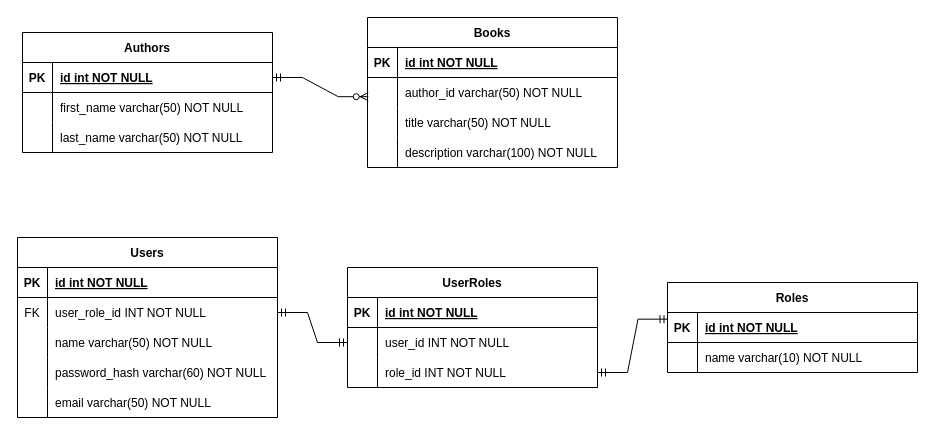
This is docs/books-api-er.drawio from prLorence/books-api, a draw.io file, before an edit. Source tidied: cells renumbered, new cells numbered last; positions are measured from the earlier drawing's top-left corner, leaving out a move shared by most shapes. Both pictures are drawn from the tidied source at 100%, with x=0, y=0 at pixel (17, 17).
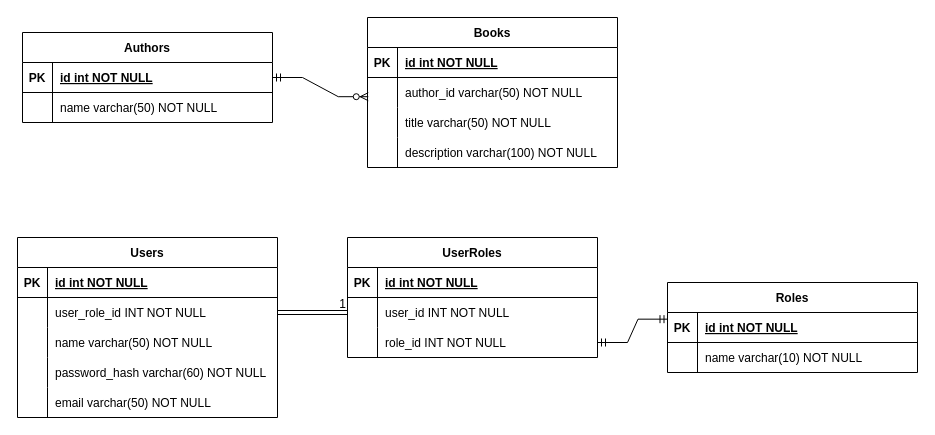
The same diagram, later.

Commit message:
fix: match draw.io to schema

Unchanged cells that the change refers to:
```xml
<mxCell id="6" style="shape=partialRectangle;fillColor=none;points=[[0,0.5],[1,0.5]];portConstraint=eastwest;top=0;left=0;right=0;bottom=0;" parent="2" vertex="1">
  <mxGeometry y="60" width="260" height="30" as="geometry" />
</mxCell>
<mxCell id="29" style="shape=partialRectangle;fillColor=none;points=[[0,0.5],[1,0.5]];portConstraint=eastwest;top=0;left=0;right=0;bottom=0;" parent="25" vertex="1">
  <mxGeometry y="60" width="250" height="30" as="geometry" />
</mxCell>
<mxCell id="41" style="shape=partialRectangle;fillColor=none;top=0;left=0;right=0;bottom=0;" parent="37" vertex="1">
  <mxGeometry y="60" width="250" height="30" as="geometry" />
</mxCell>
```

The edit, as a diff of the source:
```diff
@@
-    <mxCell id="7" value="FK" style="shape=partialRectangle;overflow=hidden;fillColor=none;top=0;left=0;bottom=0;right=0;" parent="6" vertex="1">
+    <mxCell id="7" style="shape=partialRectangle;overflow=hidden;fillColor=none;top=0;left=0;bottom=0;right=0;" parent="6" vertex="1">
       <mxGeometry width="30" height="30" as="geometry" />
     </mxCell>
@@
     <mxCell id="25" value="UserRoles" style="shape=table;startSize=30;childLayout=tableLayout;rowLines=0;fontStyle=1;align=center;" parent="1" vertex="1">
-      <mxGeometry x="330" y="250" width="250" height="120" as="geometry" />
+      <mxGeometry x="330" y="220" width="250" height="120" as="geometry" />
     </mxCell>
@@
-    <mxCell id="35" style="edgeStyle=entityRelationEdgeStyle;fontSize=12;html=1;endArrow=ERmandOne;startArrow=ERmandOne;rounded=0;entryX=0;entryY=0.5;entryDx=0;entryDy=0;exitX=1;exitY=0.5;exitDx=0;exitDy=0;" parent="1" edge="1" source="6" target="29">
-      <mxGeometry relative="1" as="geometry" />
-    </mxCell>
@@
     <mxCell id="37" value="Authors" style="shape=table;startSize=30;childLayout=tableLayout;rowLines=0;fontStyle=1;align=center;" parent="1" vertex="1">
-      <mxGeometry x="5" y="15" width="250" height="120" as="geometry" />
+      <mxGeometry x="5" y="15" width="250" height="90" as="geometry" />
     </mxCell>
@@
-    <mxCell id="43" value="first_name varchar(50) NOT NULL" style="shape=partialRectangle;overflow=hidden;fillColor=none;top=0;left=0;bottom=0;right=0;align=left;spacingLeft=6;" parent="41" vertex="1">
+    <mxCell id="43" value="name varchar(50) NOT NULL" style="shape=partialRectangle;overflow=hidden;fillColor=none;top=0;left=0;bottom=0;right=0;align=left;spacingLeft=6;" parent="41" vertex="1">
       <mxGeometry x="30" width="220" height="30" as="geometry" />
     </mxCell>
-    <mxCell id="44" style="shape=partialRectangle;fillColor=none;top=0;left=0;right=0;bottom=0;" parent="37" vertex="1">
-      <mxGeometry y="90" width="250" height="30" as="geometry" />
-    </mxCell>
-    <mxCell id="45" style="shape=partialRectangle;overflow=hidden;fillColor=none;top=0;left=0;bottom=0;right=0;" parent="44" vertex="1">
-      <mxGeometry width="30" height="30" as="geometry" />
-    </mxCell>
-    <mxCell id="46" value="last_name varchar(50) NOT NULL" style="shape=partialRectangle;overflow=hidden;fillColor=none;top=0;left=0;bottom=0;right=0;align=left;spacingLeft=6;" parent="44" vertex="1">
-      <mxGeometry x="30" width="220" height="30" as="geometry" />
-    </mxCell>
@@
+    <mxCell id="61" style="shape=link;html=1;rounded=0;entryX=0;entryY=0.5;entryDx=0;entryDy=0;" parent="1" edge="1" target="29">
+      <mxGeometry relative="1" as="geometry">
+        <mxPoint x="260" y="295" as="sourcePoint" />
+      </mxGeometry>
+    </mxCell>
+    <mxCell id="62" value="1" style="html=1;whiteSpace=wrap;align=right;verticalAlign=bottom;" parent="61" vertex="1">
+      <mxGeometry x="1" relative="1" as="geometry" />
+    </mxCell>
```
